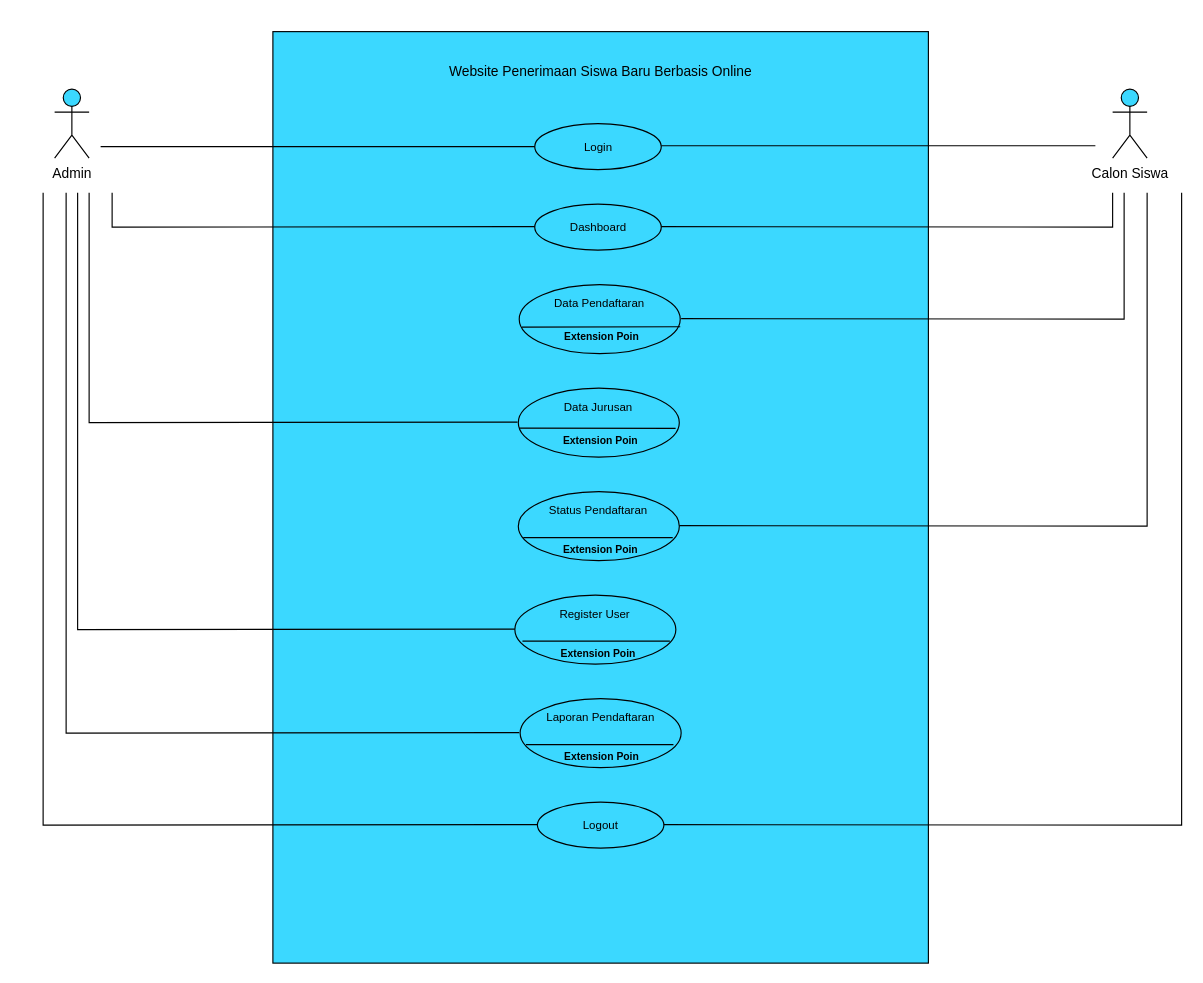
danangsptro/register-vhs keeps this draw.io diagram as Rancangan Diagram Sistem.drawio. Above is the earlier version. Source tidied: cells renumbered, new cells numbered last; positions are measured from the earlier drawing's top-left corner, leaving out a move shared by most shapes. Both pictures are drawn from the tidied source at 115%, with x=0, y=0 at pixel (43, 31).
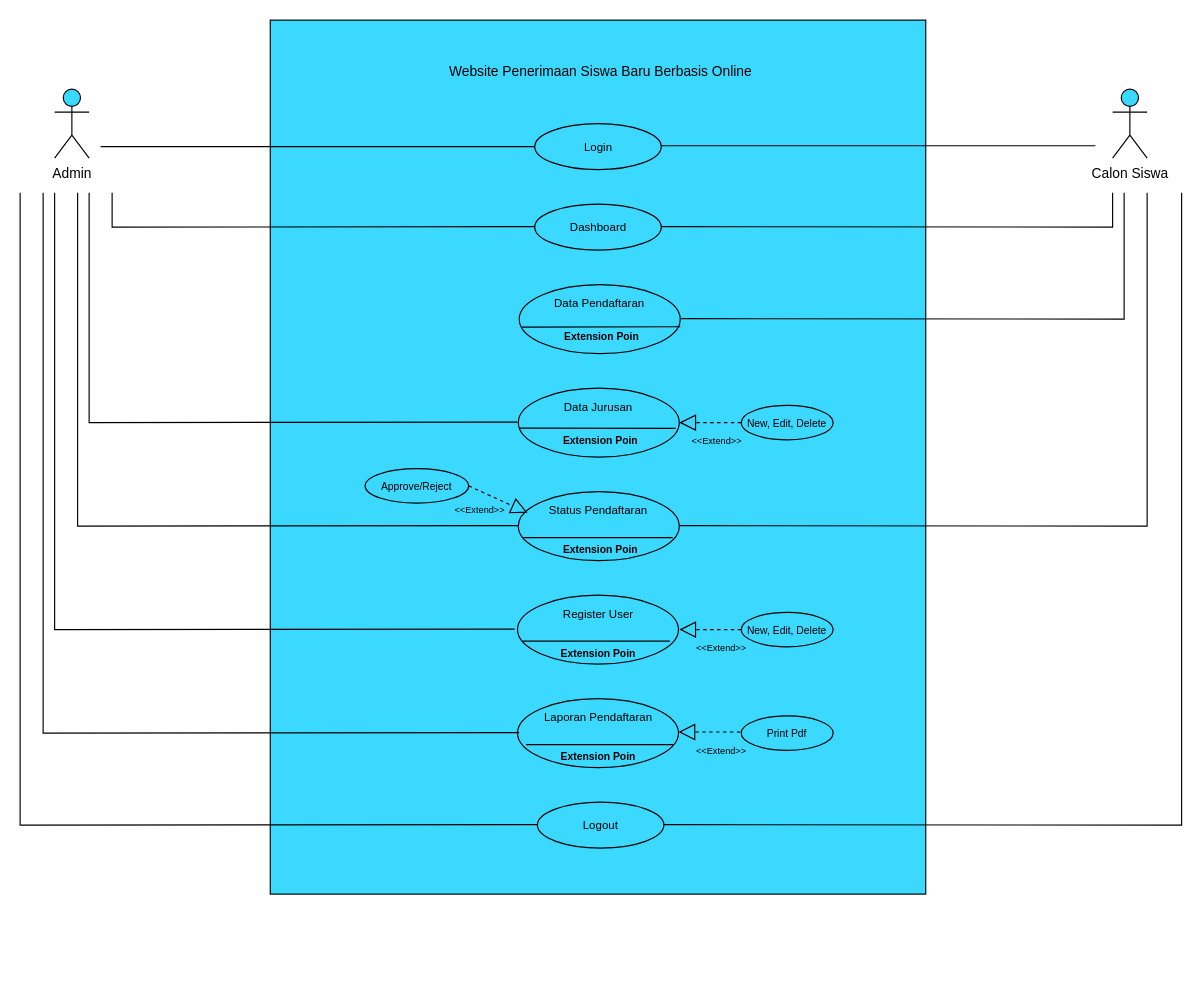
After the change.

Unchanged cells that the change refers to:
```xml
<mxCell id="12" value="&lt;font style=&quot;font-size: 10px;&quot;&gt;Status Pendaftaran&lt;br&gt;&lt;br&gt;&lt;br&gt;&lt;/font&gt;" style="ellipse;whiteSpace=wrap;html=1;align=center;newEdgeStyle={&quot;edgeStyle&quot;:&quot;entityRelationEdgeStyle&quot;,&quot;startArrow&quot;:&quot;none&quot;,&quot;endArrow&quot;:&quot;none&quot;,&quot;segment&quot;:10,&quot;curved&quot;:1};strokeColor=#000000;fillColor=#3BD8FF;" parent="1" vertex="1">
  <mxGeometry x="413.2" y="400" width="140" height="60" as="geometry" />
</mxCell>
<mxCell id="15" value="&lt;font style=&quot;font-size: 10px;&quot;&gt;Data Jurusan&lt;br&gt;&lt;br&gt;&lt;br&gt;&lt;/font&gt;" style="ellipse;whiteSpace=wrap;html=1;align=center;newEdgeStyle={&quot;edgeStyle&quot;:&quot;entityRelationEdgeStyle&quot;,&quot;startArrow&quot;:&quot;none&quot;,&quot;endArrow&quot;:&quot;none&quot;,&quot;segment&quot;:10,&quot;curved&quot;:1};strokeColor=#000000;fillColor=#3BD8FF;" parent="1" vertex="1">
  <mxGeometry x="413.2" y="310" width="140" height="60" as="geometry" />
</mxCell>
```

Diff of the diagram source:
```diff
@@
     <mxCell id="4" style="rounded=0;whiteSpace=wrap;html=1;strokeColor=#000000;fillColor=#3BD8FF;" parent="1" vertex="1">
-      <mxGeometry x="199.8" width="570" height="810" as="geometry" />
+      <mxGeometry x="197.5" y="-10" width="570" height="760" as="geometry" />
     </mxCell>
@@
     <mxCell id="18" value="&lt;font style=&quot;font-size: 10px;&quot;&gt;Laporan Pendaftaran&lt;br&gt;&lt;br&gt;&lt;br&gt;&lt;/font&gt;" style="ellipse;whiteSpace=wrap;html=1;align=center;newEdgeStyle={&quot;edgeStyle&quot;:&quot;entityRelationEdgeStyle&quot;,&quot;startArrow&quot;:&quot;none&quot;,&quot;endArrow&quot;:&quot;none&quot;,&quot;segment&quot;:10,&quot;curved&quot;:1};strokeColor=#000000;fillColor=#3BD8FF;" parent="1" vertex="1">
-      <mxGeometry x="414.8" y="580" width="140" height="60" as="geometry" />
+      <mxGeometry x="412.5" y="580" width="140" height="60" as="geometry" />
     </mxCell>
     <mxCell id="19" value="&lt;b&gt;&lt;font style=&quot;font-size: 9px;&quot;&gt;Extension Poin&lt;/font&gt;&lt;/b&gt;" style="text;html=1;strokeColor=none;fillColor=none;align=center;verticalAlign=middle;whiteSpace=wrap;rounded=0;fontSize=10;" parent="1" vertex="1">
-      <mxGeometry x="416.2" y="610" width="140" height="40" as="geometry" />
+      <mxGeometry x="412.5" y="610" width="140" height="40" as="geometry" />
     </mxCell>
     <mxCell id="20" value="&lt;font style=&quot;font-size: 10px;&quot;&gt;Register User&lt;br&gt;&lt;br&gt;&lt;br&gt;&lt;/font&gt;" style="ellipse;whiteSpace=wrap;html=1;align=center;newEdgeStyle={&quot;edgeStyle&quot;:&quot;entityRelationEdgeStyle&quot;,&quot;startArrow&quot;:&quot;none&quot;,&quot;endArrow&quot;:&quot;none&quot;,&quot;segment&quot;:10,&quot;curved&quot;:1};strokeColor=#000000;fillColor=#3BD8FF;" parent="1" vertex="1">
-      <mxGeometry x="410.2" y="490" width="140" height="60" as="geometry" />
+      <mxGeometry x="412.5" y="490" width="140" height="60" as="geometry" />
     </mxCell>
@@
     <mxCell id="30" style="endArrow=none;html=1;rounded=0;entryX=0;entryY=0.5;entryDx=0;entryDy=0;" parent="1" edge="1">
       <mxGeometry relative="1" as="geometry">
-        <mxPoint x="30" y="140" as="sourcePoint" />
+        <mxPoint x="10" y="140" as="sourcePoint" />
         <mxPoint x="410.2" y="519.6" as="targetPoint" />
         <Array as="points">
-          <mxPoint x="30" y="520" />
+          <mxPoint x="10" y="520" />
         </Array>
       </mxGeometry>
     </mxCell>
     <mxCell id="31" style="endArrow=none;html=1;rounded=0;entryX=0;entryY=0.5;entryDx=0;entryDy=0;" parent="1" edge="1">
       <mxGeometry relative="1" as="geometry">
-        <mxPoint x="20" y="140" as="sourcePoint" />
+        <mxPoint y="140" as="sourcePoint" />
         <mxPoint x="414" y="609.6" as="targetPoint" />
         <Array as="points">
-          <mxPoint x="20" y="610" />
+          <mxPoint y="610" />
         </Array>
       </mxGeometry>
     </mxCell>
@@
     <mxCell id="33" style="endArrow=none;html=1;rounded=0;entryX=0;entryY=0.5;entryDx=0;entryDy=0;" parent="1" edge="1">
       <mxGeometry relative="1" as="geometry">
-        <mxPoint y="140" as="sourcePoint" />
+        <mxPoint x="-20" y="140" as="sourcePoint" />
         <mxPoint x="429.7" y="689.6" as="targetPoint" />
         <Array as="points">
-          <mxPoint y="690" />
+          <mxPoint x="-20" y="690" />
         </Array>
       </mxGeometry>
     </mxCell>
@@
+    <mxCell id="35" value="&lt;font style=&quot;&quot;&gt;&lt;br&gt;&lt;font style=&quot;font-size: 9px;&quot;&gt;New, Edit, Delete&lt;br&gt;&lt;/font&gt;&lt;br&gt;&lt;/font&gt;" style="ellipse;whiteSpace=wrap;html=1;align=center;newEdgeStyle={&quot;edgeStyle&quot;:&quot;entityRelationEdgeStyle&quot;,&quot;startArrow&quot;:&quot;none&quot;,&quot;endArrow&quot;:&quot;none&quot;,&quot;segment&quot;:10,&quot;curved&quot;:1};strokeColor=#000000;fillColor=#3BD8FF;" parent="1" vertex="1">
+      <mxGeometry x="607" y="325" width="80" height="30" as="geometry" />
+    </mxCell>
+    <mxCell id="36" style="endArrow=block;dashed=1;endFill=0;endSize=12;html=1;rounded=0;fontSize=9;exitX=0;exitY=0.5;exitDx=0;exitDy=0;" parent="1" edge="1" source="35" target="15">
+      <mxGeometry relative="1" as="geometry" />
+    </mxCell>
+    <mxCell id="37" value="&lt;font style=&quot;&quot;&gt;&lt;br&gt;&lt;font style=&quot;font-size: 9px;&quot;&gt;New, Edit, Delete&lt;br&gt;&lt;/font&gt;&lt;br&gt;&lt;/font&gt;" style="ellipse;whiteSpace=wrap;html=1;align=center;newEdgeStyle={&quot;edgeStyle&quot;:&quot;entityRelationEdgeStyle&quot;,&quot;startArrow&quot;:&quot;none&quot;,&quot;endArrow&quot;:&quot;none&quot;,&quot;segment&quot;:10,&quot;curved&quot;:1};strokeColor=#000000;fillColor=#3BD8FF;" parent="1" vertex="1">
+      <mxGeometry x="607" y="505" width="80" height="30" as="geometry" />
+    </mxCell>
+    <mxCell id="38" style="endArrow=block;dashed=1;endFill=0;endSize=12;html=1;rounded=0;fontSize=9;exitX=0;exitY=0.5;exitDx=0;exitDy=0;" parent="1" edge="1">
+      <mxGeometry relative="1" as="geometry">
+        <mxPoint x="607" y="520" as="sourcePoint" />
+        <mxPoint x="553.2" y="520" as="targetPoint" />
+      </mxGeometry>
+    </mxCell>
+    <mxCell id="39" value="&lt;font style=&quot;&quot;&gt;&lt;br&gt;&lt;font style=&quot;font-size: 9px;&quot;&gt;Print Pdf&lt;br&gt;&lt;/font&gt;&lt;br&gt;&lt;/font&gt;" style="ellipse;whiteSpace=wrap;html=1;align=center;newEdgeStyle={&quot;edgeStyle&quot;:&quot;entityRelationEdgeStyle&quot;,&quot;startArrow&quot;:&quot;none&quot;,&quot;endArrow&quot;:&quot;none&quot;,&quot;segment&quot;:10,&quot;curved&quot;:1};strokeColor=#000000;fillColor=#3BD8FF;" parent="1" vertex="1">
+      <mxGeometry x="607" y="595" width="80" height="30" as="geometry" />
+    </mxCell>
+    <mxCell id="40" style="endArrow=block;dashed=1;endFill=0;endSize=12;html=1;rounded=0;fontSize=9;exitX=0;exitY=0.5;exitDx=0;exitDy=0;" parent="1" edge="1">
+      <mxGeometry relative="1" as="geometry">
+        <mxPoint x="606.2" y="609" as="sourcePoint" />
+        <mxPoint x="552.5" y="609" as="targetPoint" />
+      </mxGeometry>
+    </mxCell>
+    <mxCell id="41" style="endArrow=none;html=1;rounded=0;entryX=0;entryY=0.5;entryDx=0;entryDy=0;" parent="1" edge="1">
+      <mxGeometry relative="1" as="geometry">
+        <mxPoint x="30" y="140" as="sourcePoint" />
+        <mxPoint x="413.2" y="429.6" as="targetPoint" />
+        <Array as="points">
+          <mxPoint x="30" y="430" />
+        </Array>
+      </mxGeometry>
+    </mxCell>
+    <mxCell id="42" value="&lt;font style=&quot;&quot;&gt;&lt;br&gt;&lt;font style=&quot;font-size: 9px;&quot;&gt;Approve/Reject&lt;br&gt;&lt;/font&gt;&lt;br&gt;&lt;/font&gt;" style="ellipse;whiteSpace=wrap;html=1;align=center;newEdgeStyle={&quot;edgeStyle&quot;:&quot;entityRelationEdgeStyle&quot;,&quot;startArrow&quot;:&quot;none&quot;,&quot;endArrow&quot;:&quot;none&quot;,&quot;segment&quot;:10,&quot;curved&quot;:1};strokeColor=#000000;fillColor=#3BD8FF;" parent="1" vertex="1">
+      <mxGeometry x="280" y="380" width="90" height="30" as="geometry" />
+    </mxCell>
+    <mxCell id="43" style="edgeStyle=orthogonalEdgeStyle;rounded=0;orthogonalLoop=1;jettySize=auto;html=1;exitX=0.5;exitY=1;exitDx=0;exitDy=0;fontSize=9;" parent="1" edge="1" source="42" target="42">
+      <mxGeometry relative="1" as="geometry" />
+    </mxCell>
+    <mxCell id="44" style="edgeStyle=orthogonalEdgeStyle;rounded=0;orthogonalLoop=1;jettySize=auto;html=1;exitX=0.5;exitY=1;exitDx=0;exitDy=0;fontSize=9;" parent="1" edge="1" source="42" target="42">
+      <mxGeometry relative="1" as="geometry" />
+    </mxCell>
+    <mxCell id="45" style="endArrow=block;dashed=1;endFill=0;endSize=12;html=1;rounded=0;fontSize=9;exitX=1;exitY=0.5;exitDx=0;exitDy=0;entryX=0.057;entryY=0.305;entryDx=0;entryDy=0;entryPerimeter=0;" parent="1" edge="1" source="42" target="12">
+      <mxGeometry relative="1" as="geometry" />
+    </mxCell>
+    <mxCell id="46" value="&lt;font style=&quot;font-size: 8px;&quot;&gt;&amp;lt;&amp;lt;Extend&amp;gt;&amp;gt;&lt;/font&gt;" style="text;html=1;strokeColor=none;fillColor=none;align=center;verticalAlign=middle;whiteSpace=wrap;rounded=0;" parent="1" vertex="1">
+      <mxGeometry x="555.5" y="340" width="60" height="30" as="geometry" />
+    </mxCell>
+    <mxCell id="47" value="&lt;font style=&quot;font-size: 8px;&quot;&gt;&amp;lt;&amp;lt;Extend&amp;gt;&amp;gt;&lt;/font&gt;" style="text;html=1;strokeColor=none;fillColor=none;align=center;verticalAlign=middle;whiteSpace=wrap;rounded=0;" parent="1" vertex="1">
+      <mxGeometry x="350" y="400" width="60" height="30" as="geometry" />
+    </mxCell>
+    <mxCell id="48" value="&lt;font style=&quot;font-size: 8px;&quot;&gt;&amp;lt;&amp;lt;Extend&amp;gt;&amp;gt;&lt;/font&gt;" style="text;html=1;strokeColor=none;fillColor=none;align=center;verticalAlign=middle;whiteSpace=wrap;rounded=0;" parent="1" vertex="1">
+      <mxGeometry x="560" y="520" width="60" height="30" as="geometry" />
+    </mxCell>
+    <mxCell id="49" value="&lt;font style=&quot;font-size: 8px;&quot;&gt;&amp;lt;&amp;lt;Extend&amp;gt;&amp;gt;&lt;/font&gt;" style="text;html=1;strokeColor=none;fillColor=none;align=center;verticalAlign=middle;whiteSpace=wrap;rounded=0;" parent="1" vertex="1">
+      <mxGeometry x="560" y="610" width="60" height="30" as="geometry" />
+    </mxCell>
```
